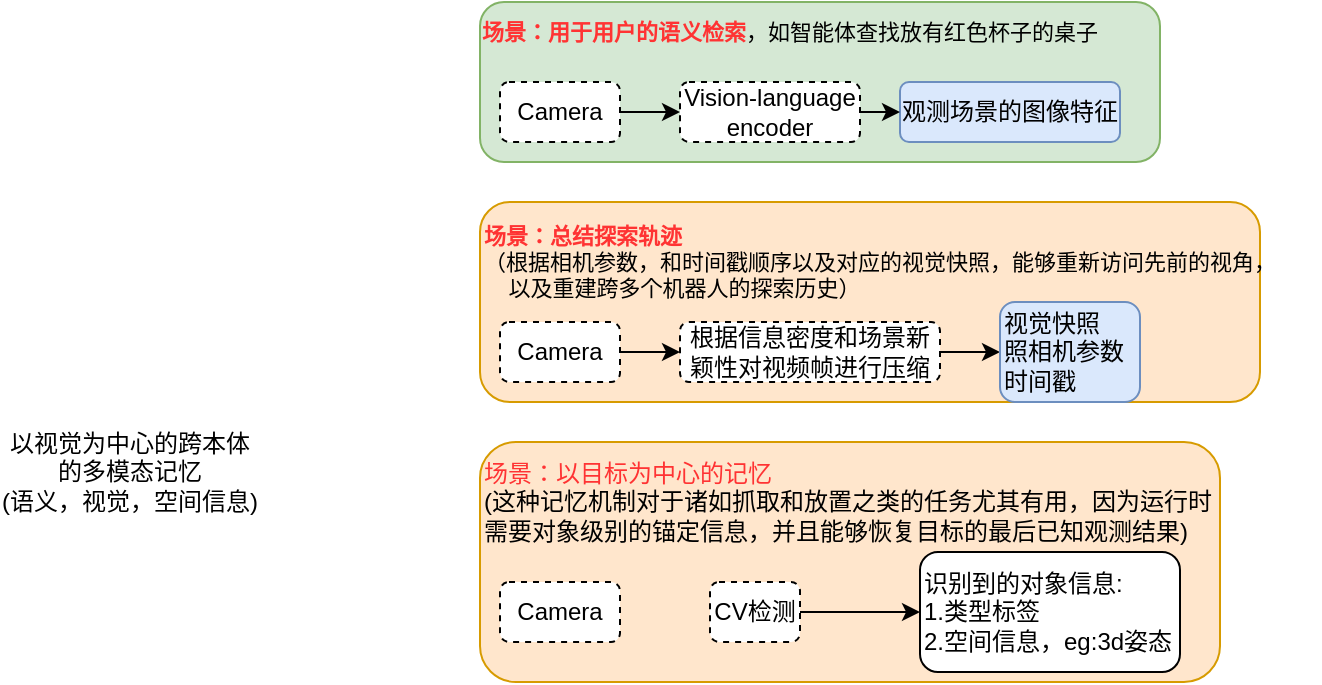
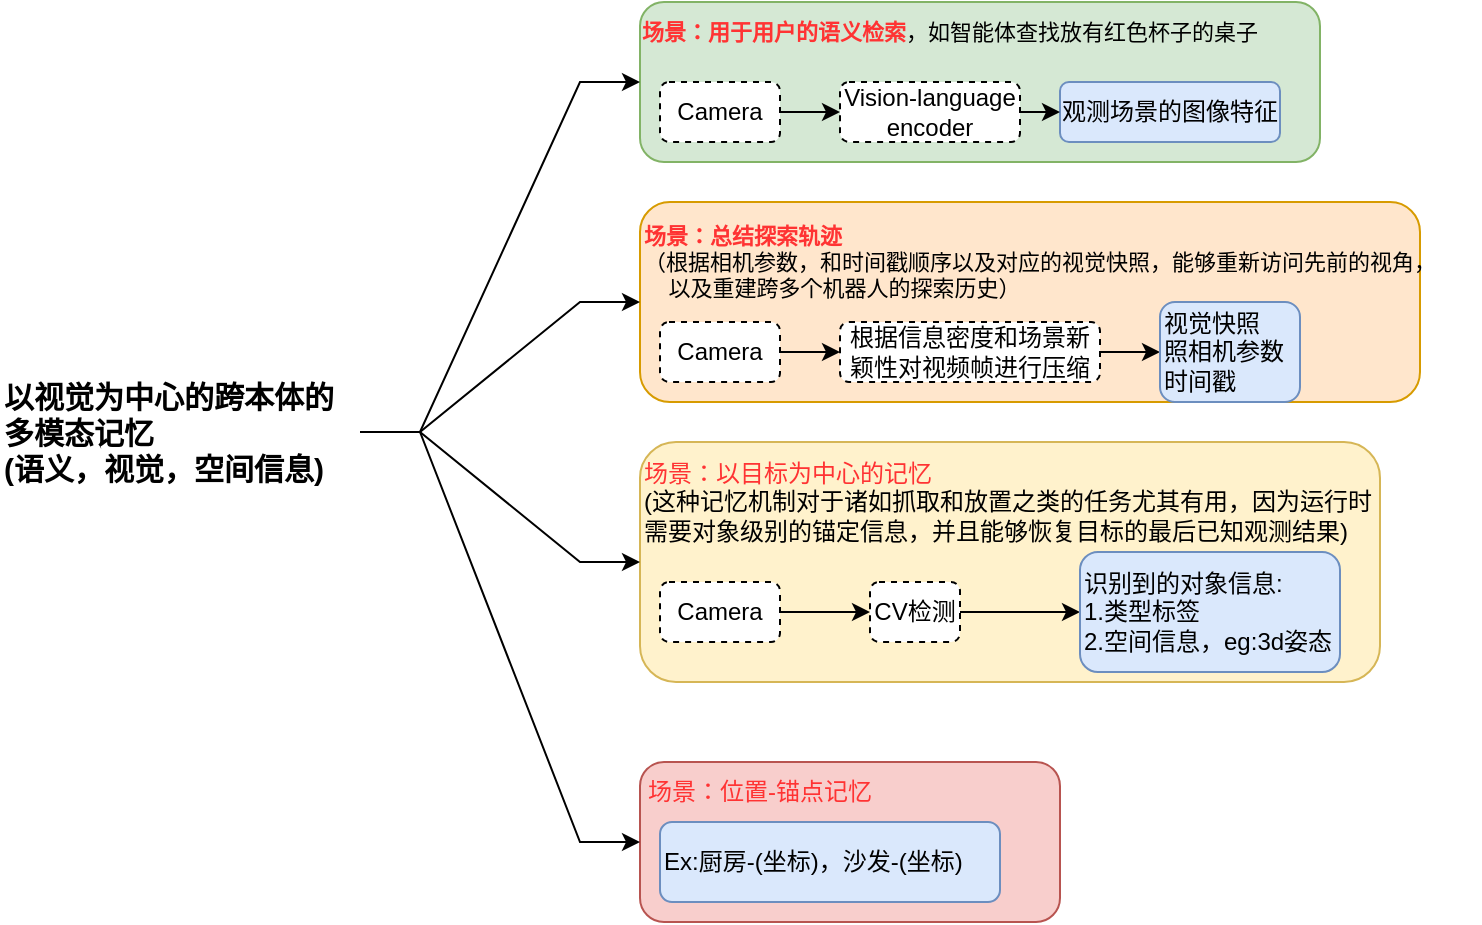
<mxfile host="app.diagrams.net">
  <diagram name="第 1 页" id="ri1UiOSOw__C7K71Jf-3">
-     <mxGraphModel dx="4184" dy="479" grid="1" gridSize="10" guides="1" tooltips="1" connect="1" arrows="1" fold="1" page="1" pageScale="1" pageWidth="3300" pageHeight="2339" math="0" shadow="0">
+     <mxGraphModel dx="4347" dy="567" grid="1" gridSize="10" guides="1" tooltips="1" connect="1" arrows="1" fold="1" page="1" pageScale="1" pageWidth="3300" pageHeight="2339" math="0" shadow="0">
      <root>
        <mxCell id="0" />
        <mxCell id="1" parent="0" />
-         <mxCell id="8uAygAgR7DF40HWwl34I-24" parent="1" style="rounded=1;whiteSpace=wrap;html=1;fillColor=#ffe6cc;strokeColor=#d79b00;" value="" vertex="1">
+         <mxCell id="8uAygAgR7DF40HWwl34I-28" parent="1" style="rounded=1;whiteSpace=wrap;html=1;fillColor=#f8cecc;strokeColor=#b85450;" value="" vertex="1">
+           <mxGeometry height="80" width="210" x="200" y="440" as="geometry" />
+         </mxCell>
+         <mxCell id="8uAygAgR7DF40HWwl34I-24" parent="1" style="rounded=1;whiteSpace=wrap;html=1;fillColor=#fff2cc;strokeColor=#d6b656;" value="" vertex="1">
          <mxGeometry height="120" width="370" x="200" y="280" as="geometry" />
        </mxCell>
        <mxCell id="8uAygAgR7DF40HWwl34I-17" parent="1" style="rounded=1;whiteSpace=wrap;html=1;fillColor=#ffe6cc;strokeColor=#d79b00;" value="" vertex="1">
          <mxGeometry height="100" width="390" x="200" y="160" as="geometry" />
        </mxCell>
        <mxCell id="8uAygAgR7DF40HWwl34I-16" parent="1" style="rounded=1;whiteSpace=wrap;html=1;fillColor=#d5e8d4;strokeColor=#82b366;" value="" vertex="1">
          <mxGeometry height="80" width="340" x="200" y="60" as="geometry" />
        </mxCell>
-         <mxCell id="8uAygAgR7DF40HWwl34I-1" parent="1" style="text;html=1;whiteSpace=wrap;strokeColor=none;fillColor=none;align=center;verticalAlign=middle;rounded=0;" value="以视觉为中心的跨本体的多模态记忆&lt;br&gt;(语义，视觉，空间信息)" vertex="1">
-           <mxGeometry height="30" width="130" x="-40" y="280" as="geometry" />
+         <mxCell id="8uAygAgR7DF40HWwl34I-29" edge="1" parent="1" source="8uAygAgR7DF40HWwl34I-1" style="edgeStyle=entityRelationEdgeStyle;rounded=0;orthogonalLoop=1;jettySize=auto;html=1;exitX=1;exitY=0.5;exitDx=0;exitDy=0;entryX=0;entryY=0.5;entryDx=0;entryDy=0;" target="8uAygAgR7DF40HWwl34I-16">
+           <mxGeometry relative="1" as="geometry" />
+         </mxCell>
+         <mxCell id="8uAygAgR7DF40HWwl34I-30" edge="1" parent="1" source="8uAygAgR7DF40HWwl34I-1" style="edgeStyle=entityRelationEdgeStyle;rounded=0;orthogonalLoop=1;jettySize=auto;html=1;exitX=1;exitY=0.5;exitDx=0;exitDy=0;entryX=0;entryY=0.5;entryDx=0;entryDy=0;" target="8uAygAgR7DF40HWwl34I-28">
+           <mxGeometry relative="1" as="geometry" />
+         </mxCell>
+         <mxCell id="8uAygAgR7DF40HWwl34I-31" edge="1" parent="1" source="8uAygAgR7DF40HWwl34I-1" style="edgeStyle=entityRelationEdgeStyle;rounded=0;orthogonalLoop=1;jettySize=auto;html=1;exitX=1;exitY=0.5;exitDx=0;exitDy=0;entryX=0;entryY=0.5;entryDx=0;entryDy=0;" target="8uAygAgR7DF40HWwl34I-17">
+           <mxGeometry relative="1" as="geometry" />
+         </mxCell>
+         <mxCell id="8uAygAgR7DF40HWwl34I-32" edge="1" parent="1" source="8uAygAgR7DF40HWwl34I-1" style="edgeStyle=entityRelationEdgeStyle;rounded=0;orthogonalLoop=1;jettySize=auto;html=1;exitX=1;exitY=0.5;exitDx=0;exitDy=0;entryX=0;entryY=0.5;entryDx=0;entryDy=0;" target="8uAygAgR7DF40HWwl34I-24">
+           <mxGeometry relative="1" as="geometry" />
+         </mxCell>
+         <mxCell id="8uAygAgR7DF40HWwl34I-1" parent="1" style="text;html=1;whiteSpace=wrap;strokeColor=none;fillColor=none;align=left;verticalAlign=middle;rounded=0;fontStyle=1;fontSize=15;" value="以视觉为中心的跨本体的多模态记忆&lt;br&gt;(语义，视觉，空间信息)" vertex="1">
+           <mxGeometry height="30" width="180" x="-120" y="260" as="geometry" />
        </mxCell>
        <mxCell id="8uAygAgR7DF40HWwl34I-2" parent="1" style="rounded=1;whiteSpace=wrap;html=1;fillColor=#dae8fc;strokeColor=#6c8ebf;" value="观测场景的图像特征" vertex="1">
          <mxGeometry height="30" width="110" x="410" y="100" as="geometry" />
        </mxCell>
        <mxCell id="8uAygAgR7DF40HWwl34I-5" edge="1" parent="1" source="8uAygAgR7DF40HWwl34I-3" style="edgeStyle=orthogonalEdgeStyle;rounded=0;orthogonalLoop=1;jettySize=auto;html=1;exitX=1;exitY=0.5;exitDx=0;exitDy=0;entryX=0;entryY=0.5;entryDx=0;entryDy=0;" target="8uAygAgR7DF40HWwl34I-2">
          <mxGeometry relative="1" as="geometry" />
        </mxCell>
        <mxCell id="8uAygAgR7DF40HWwl34I-3" parent="1" style="rounded=1;whiteSpace=wrap;html=1;dashed=1;" value="Vision-language encoder" vertex="1">
          <mxGeometry height="30" width="90" x="300" y="100" as="geometry" />
        </mxCell>
        <mxCell id="8uAygAgR7DF40HWwl34I-6" edge="1" parent="1" source="8uAygAgR7DF40HWwl34I-4" style="edgeStyle=orthogonalEdgeStyle;rounded=0;orthogonalLoop=1;jettySize=auto;html=1;exitX=1;exitY=0.5;exitDx=0;exitDy=0;entryX=0;entryY=0.5;entryDx=0;entryDy=0;" target="8uAygAgR7DF40HWwl34I-3">
          <mxGeometry relative="1" as="geometry" />
        </mxCell>
        <mxCell id="8uAygAgR7DF40HWwl34I-4" parent="1" style="rounded=1;whiteSpace=wrap;html=1;dashed=1;" value="Camera" vertex="1">
          <mxGeometry height="30" width="60" x="210" y="100" as="geometry" />
        </mxCell>
        <mxCell id="8uAygAgR7DF40HWwl34I-7" parent="1" style="text;html=1;whiteSpace=wrap;strokeColor=none;fillColor=none;align=center;verticalAlign=middle;rounded=0;fontSize=11;" value="&lt;b&gt;&lt;font style=&quot;color: rgb(255, 51, 51);&quot;&gt;场景：用于用户的语义检索&lt;/font&gt;&lt;/b&gt;，如智能体查找放有红色杯子的桌子" vertex="1">
          <mxGeometry height="30" width="310" x="200" y="60" as="geometry" />
        </mxCell>
        <mxCell id="8uAygAgR7DF40HWwl34I-10" edge="1" parent="1" source="8uAygAgR7DF40HWwl34I-8" style="edgeStyle=orthogonalEdgeStyle;rounded=0;orthogonalLoop=1;jettySize=auto;html=1;" target="8uAygAgR7DF40HWwl34I-9" value="">
          <mxGeometry relative="1" as="geometry" />
        </mxCell>
        <mxCell id="8uAygAgR7DF40HWwl34I-8" parent="1" style="rounded=1;whiteSpace=wrap;html=1;dashed=1;" value="Camera" vertex="1">
          <mxGeometry height="30" width="60" x="210" y="220" as="geometry" />
        </mxCell>
        <mxCell id="8uAygAgR7DF40HWwl34I-14" edge="1" parent="1" source="8uAygAgR7DF40HWwl34I-9" style="edgeStyle=orthogonalEdgeStyle;rounded=0;orthogonalLoop=1;jettySize=auto;html=1;exitX=1;exitY=0.5;exitDx=0;exitDy=0;entryX=0;entryY=0.5;entryDx=0;entryDy=0;" target="8uAygAgR7DF40HWwl34I-13">
          <mxGeometry relative="1" as="geometry" />
        </mxCell>
        <mxCell id="8uAygAgR7DF40HWwl34I-9" parent="1" style="rounded=1;whiteSpace=wrap;html=1;dashed=1;" value="根据信息密度和场景新颖性对视频帧进行压缩" vertex="1">
          <mxGeometry height="30" width="130" x="300" y="220" as="geometry" />
        </mxCell>
        <mxCell id="8uAygAgR7DF40HWwl34I-11" parent="1" style="text;html=1;whiteSpace=wrap;strokeColor=none;fillColor=none;align=left;verticalAlign=middle;rounded=0;fontSize=11;" value="&lt;b&gt;&lt;font style=&quot;color: rgb(255, 51, 51);&quot;&gt;场景：总结探索轨迹&lt;/font&gt;&lt;/b&gt;&lt;br&gt;（根据相机参数，和时间戳顺序以及对应的视觉快照，能够重新访问先前的视角，&lt;br&gt;&amp;nbsp; &amp;nbsp; 以及重建跨多个机器人的探索历史）" vertex="1">
          <mxGeometry height="40" width="420" x="200" y="170" as="geometry" />
        </mxCell>
        <mxCell id="8uAygAgR7DF40HWwl34I-13" parent="1" style="rounded=1;whiteSpace=wrap;html=1;fillColor=#dae8fc;strokeColor=#6c8ebf;align=left;" value="视觉快照&lt;br&gt;&lt;span style=&quot;&quot;&gt;照相机参数&lt;/span&gt;&lt;div style=&quot;&quot;&gt;时间戳&lt;/div&gt;" vertex="1">
          <mxGeometry height="50" width="70" x="460" y="210" as="geometry" />
        </mxCell>
+         <mxCell id="8uAygAgR7DF40HWwl34I-25" edge="1" parent="1" source="8uAygAgR7DF40HWwl34I-19" style="edgeStyle=orthogonalEdgeStyle;rounded=0;orthogonalLoop=1;jettySize=auto;html=1;exitX=1;exitY=0.5;exitDx=0;exitDy=0;entryX=0;entryY=0.5;entryDx=0;entryDy=0;" target="8uAygAgR7DF40HWwl34I-20">
+           <mxGeometry relative="1" as="geometry" />
+         </mxCell>
        <mxCell id="8uAygAgR7DF40HWwl34I-19" parent="1" style="rounded=1;whiteSpace=wrap;html=1;dashed=1;" value="Camera" vertex="1">
          <mxGeometry height="30" width="60" x="210" y="350" as="geometry" />
        </mxCell>
        <mxCell id="8uAygAgR7DF40HWwl34I-22" edge="1" parent="1" source="8uAygAgR7DF40HWwl34I-20" style="edgeStyle=orthogonalEdgeStyle;rounded=0;orthogonalLoop=1;jettySize=auto;html=1;" target="8uAygAgR7DF40HWwl34I-21" value="">
          <mxGeometry relative="1" as="geometry" />
        </mxCell>
        <mxCell id="8uAygAgR7DF40HWwl34I-20" parent="1" style="rounded=1;whiteSpace=wrap;html=1;dashed=1;" value="CV检测" vertex="1">
          <mxGeometry height="30" width="45" x="315" y="350" as="geometry" />
        </mxCell>
-         <mxCell id="8uAygAgR7DF40HWwl34I-21" parent="1" style="rounded=1;whiteSpace=wrap;html=1;align=left;" value="识别到的对象信息:&lt;div&gt;1.类型标签&lt;br&gt;2.空间信息，eg:3d姿态&lt;/div&gt;" vertex="1">
+         <mxCell id="8uAygAgR7DF40HWwl34I-21" parent="1" style="rounded=1;whiteSpace=wrap;html=1;align=left;fillColor=#dae8fc;strokeColor=#6c8ebf;" value="识别到的对象信息:&lt;div&gt;1.类型标签&lt;br&gt;2.空间信息，eg:3d姿态&lt;/div&gt;" vertex="1">
          <mxGeometry height="60" width="130" x="420" y="335" as="geometry" />
        </mxCell>
        <mxCell id="8uAygAgR7DF40HWwl34I-23" parent="1" style="text;html=1;whiteSpace=wrap;strokeColor=none;fillColor=none;align=left;verticalAlign=middle;rounded=0;" value="&lt;font style=&quot;color: rgb(255, 51, 51);&quot;&gt;场景：以目标为中心的记忆&lt;/font&gt;&lt;br&gt;(这种记忆机制对于诸如抓取和放置之类的任务尤其有用，因为运行时需要对象级别的锚定信息，并且能够恢复目标的最后已知观测结果)" vertex="1">
          <mxGeometry height="50" width="370" x="200" y="285" as="geometry" />
        </mxCell>
+         <mxCell id="8uAygAgR7DF40HWwl34I-26" parent="1" style="rounded=1;whiteSpace=wrap;html=1;align=left;fillColor=#dae8fc;strokeColor=#6c8ebf;" value="Ex:厨房-(坐标)，沙发-(坐标)" vertex="1">
+           <mxGeometry height="40" width="170" x="210" y="470" as="geometry" />
+         </mxCell>
+         <mxCell id="8uAygAgR7DF40HWwl34I-27" parent="1" style="text;html=1;whiteSpace=wrap;strokeColor=none;fillColor=none;align=center;verticalAlign=middle;rounded=0;fontColor=#FF3333;" value="场景：&lt;span style=&quot;text-align: left;&quot;&gt;位置-锚点记忆&lt;/span&gt;" vertex="1">
+           <mxGeometry height="30" width="120" x="200" y="440" as="geometry" />
+         </mxCell>
      </root>
    </mxGraphModel>
  </diagram>
</mxfile>
